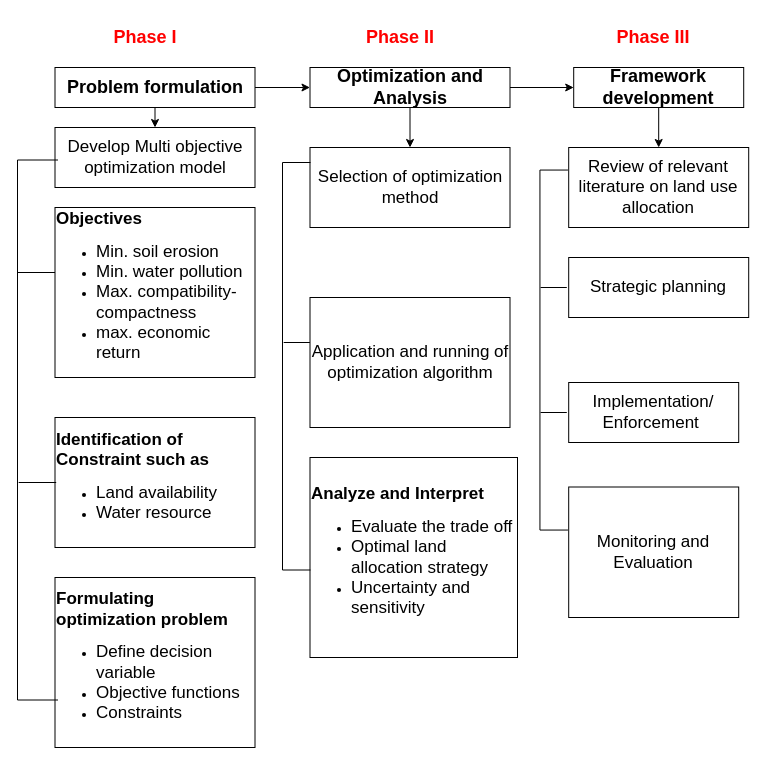
Before: Ojbective4.drawio in yemioke/PRISMA2020, a draw.io diagram. Source tidied: cells renumbered, new cells numbered last; positions are measured from the earlier drawing's top-left corner, leaving out a move shared by most shapes. Both pictures are drawn from the tidied source at 100%, with x=0, y=0 at pixel (-233, 17).
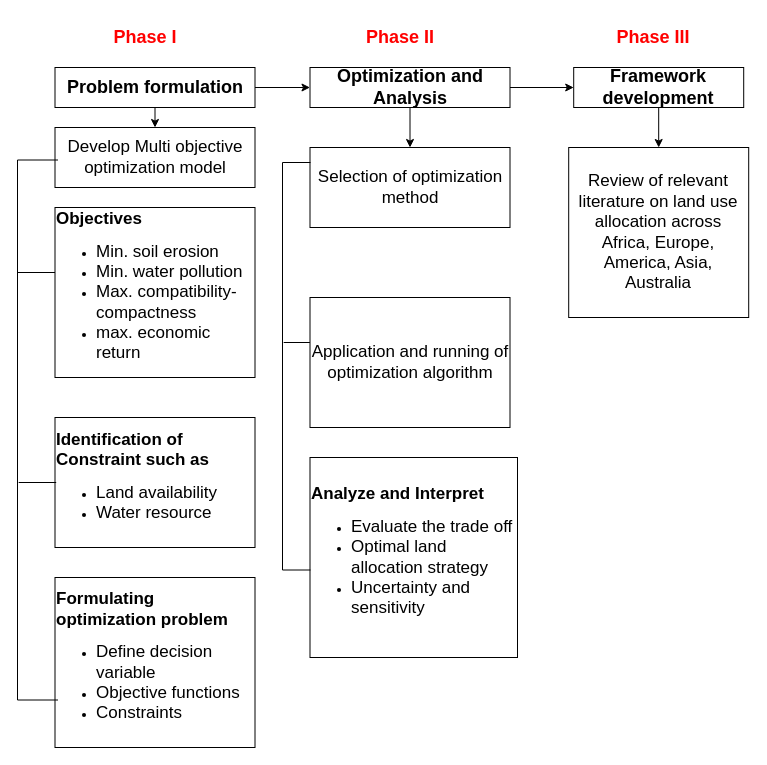
After the change.

What changed in the source:
```diff
@@
-    <mxCell id="16" value="&lt;font style=&quot;font-size: 17px;&quot;&gt;Review of relevant literature on land use allocation&lt;/font&gt;" style="rounded=0;whiteSpace=wrap;html=1;" parent="1" vertex="1">
-      <mxGeometry x="801.2" y="130" width="180" height="80" as="geometry" />
+    <mxCell id="16" value="&lt;font style=&quot;font-size: 17px;&quot;&gt;Review of relevant literature on land use allocation across Africa, Europe, America, Asia, Australia&lt;/font&gt;" style="rounded=0;whiteSpace=wrap;html=1;" parent="1" vertex="1">
+      <mxGeometry x="801.2" y="130" width="180" height="170" as="geometry" />
     </mxCell>
-    <mxCell id="17" value="&lt;font style=&quot;font-size: 17px;&quot;&gt;Strategic planning&lt;/font&gt;" style="rounded=0;whiteSpace=wrap;html=1;" parent="1" vertex="1">
-      <mxGeometry x="801.2" y="240" width="180" height="60" as="geometry" />
-    </mxCell>
-    <mxCell id="18" value="&lt;font style=&quot;font-size: 17px;&quot;&gt;Implementation/ Enforcement&amp;nbsp;&lt;/font&gt;" style="rounded=0;whiteSpace=wrap;html=1;" parent="1" vertex="1">
-      <mxGeometry x="801.2" y="365" width="170" height="60" as="geometry" />
-    </mxCell>
-    <mxCell id="19" value="&lt;font style=&quot;font-size: 17px;&quot;&gt;Monitoring and Evaluation&lt;/font&gt;" style="rounded=0;whiteSpace=wrap;html=1;" parent="1" vertex="1">
-      <mxGeometry x="801.2" y="469.5" width="170" height="130.5" as="geometry" />
-    </mxCell>
@@
-    <mxCell id="28" style="shape=partialRectangle;whiteSpace=wrap;html=1;bottom=1;right=1;left=1;top=0;fillColor=none;routingCenterX=-0.5;rotation=90;" parent="1" vertex="1">
-      <mxGeometry x="606.2" y="318.8" width="360" height="27.5" as="geometry" />
-    </mxCell>
@@
-    <mxCell id="30" style="line;strokeWidth=1;html=1;" parent="1" vertex="1">
-      <mxGeometry x="773.1" y="390" width="26.2" height="10" as="geometry" />
-    </mxCell>
-    <mxCell id="31" style="line;strokeWidth=1;html=1;" parent="1" vertex="1">
-      <mxGeometry x="773.1" y="265" width="26.2" height="10" as="geometry" />
-    </mxCell>
```
